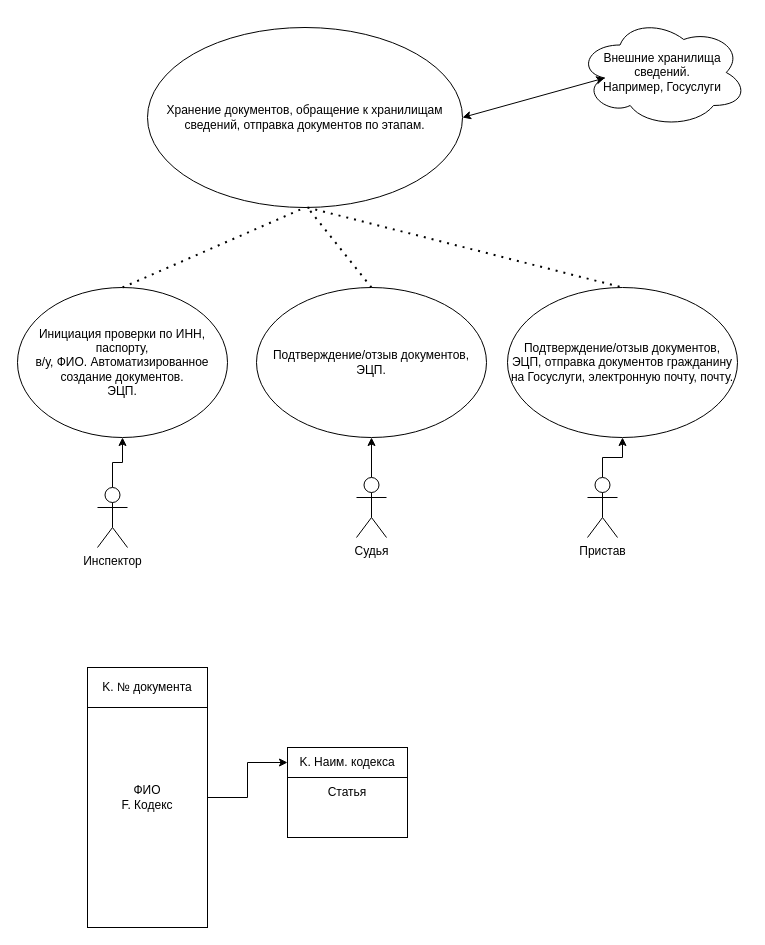
This is Untitled Diagram.drawio from Tiltanus/cycada20, a draw.io file, before an edit. Source tidied: cells renumbered, new cells numbered last; positions are measured from the earlier drawing's top-left corner, leaving out a move shared by most shapes. Both pictures are drawn from the tidied source at 100%, with x=0, y=0 at pixel (17, 17).
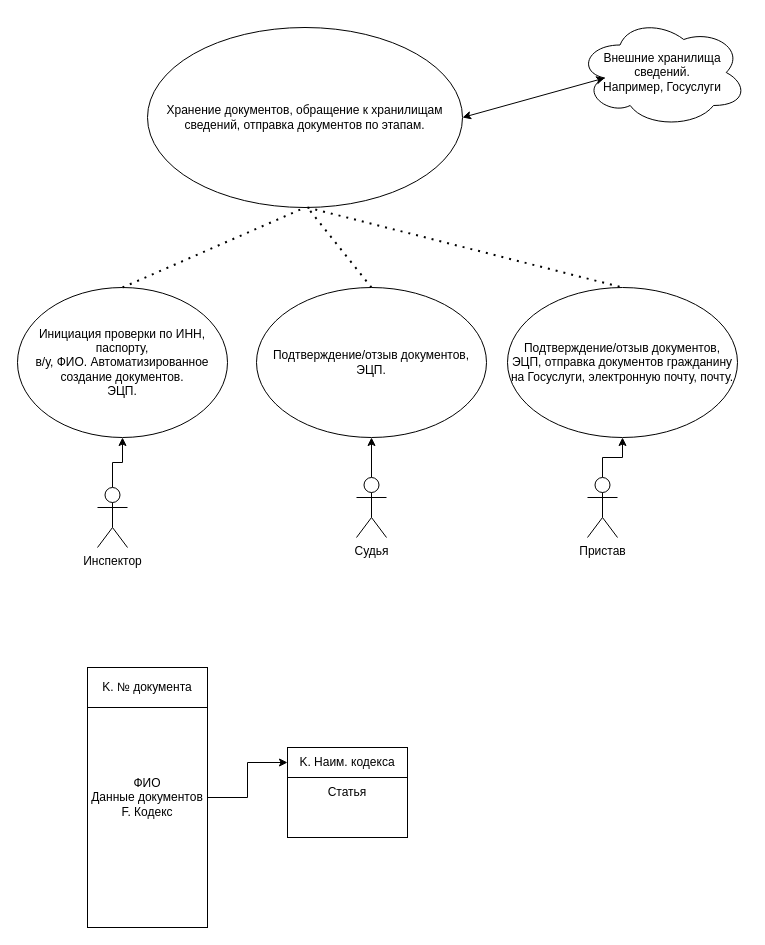
The same diagram, later.

What changed in the source:
```diff
@@
-    <mxCell id="18" value="ФИО&lt;br&gt;F. Кодекс" style="rounded=0;whiteSpace=wrap;html=1;" parent="1" vertex="1">
+    <mxCell id="18" value="ФИО&lt;br&gt;Данные документов&lt;br&gt;F. Кодекс" style="rounded=0;whiteSpace=wrap;html=1;" parent="1" vertex="1">
       <mxGeometry x="70" y="650" width="120" height="260" as="geometry" />
     </mxCell>
```
